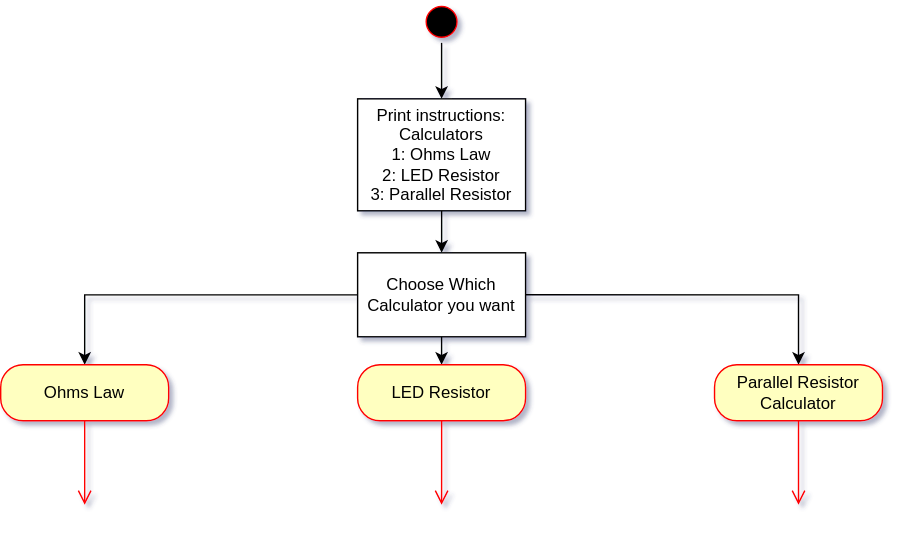
Earlier version of the draw.io export Code Folder/engineeringCalc.drawio.svg (JFinnTeacher/PME-Coding-with-Syntax). Source tidied: cells renumbered, new cells last; positions are measured from the earlier drawing's top-left corner, leaving out a move shared by most shapes.
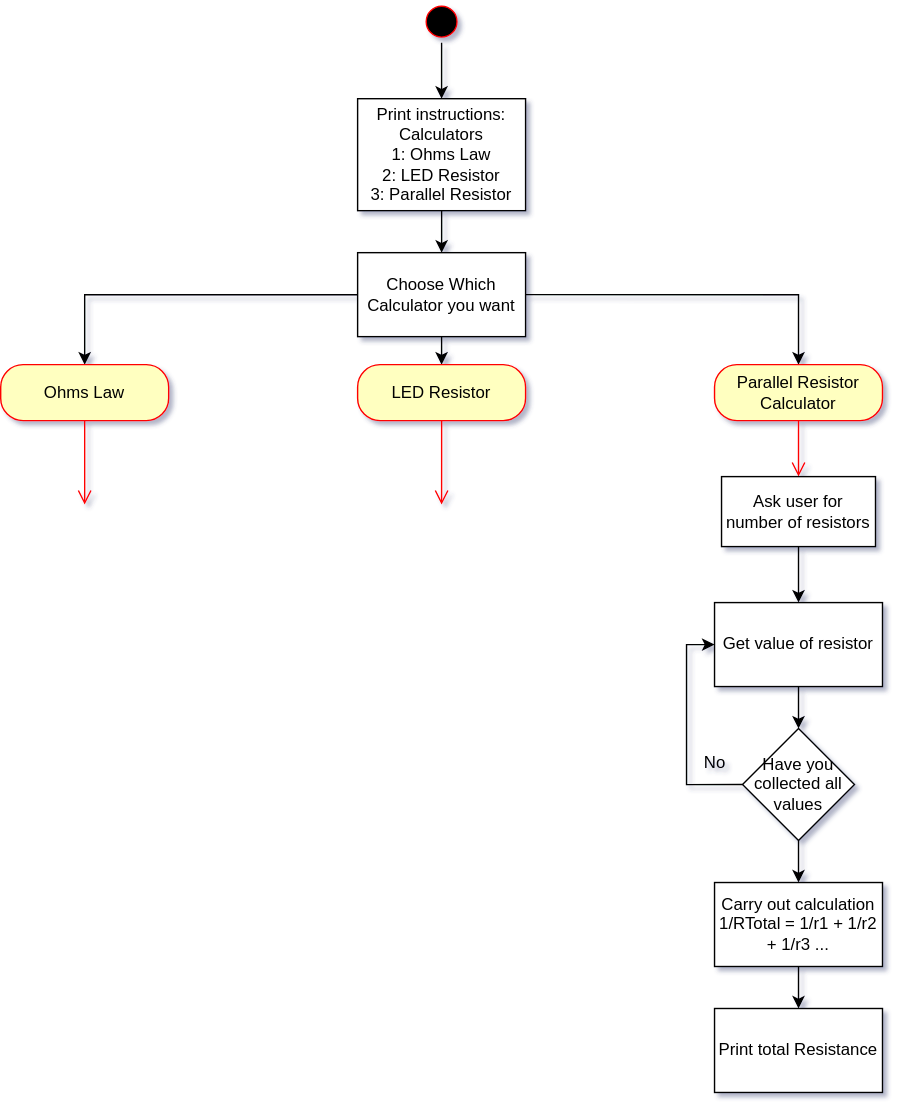
The same file after the commit.

What changed in the source:
```diff
@@ -45,10 +45,41 @@
     <mxCell id="14" value="Parallel Resistor Calculator" style="rounded=1;whiteSpace=wrap;html=1;arcSize=40;fontColor=#000000;fillColor=#ffffc0;strokeColor=#ff0000;" parent="1" vertex="1">
       <mxGeometry x="510" y="260" width="120" height="40" as="geometry" />
     </mxCell>
-    <mxCell id="15" style="edgeStyle=orthogonalEdgeStyle;html=1;verticalAlign=bottom;endArrow=open;endSize=8;strokeColor=#ff0000;rounded=0;" parent="1" edge="1" source="14">
-      <mxGeometry relative="1" as="geometry">
-        <mxPoint x="570" y="360" as="targetPoint" />
-      </mxGeometry>
+    <mxCell id="15" style="edgeStyle=orthogonalEdgeStyle;html=1;verticalAlign=bottom;endArrow=open;endSize=8;strokeColor=#ff0000;rounded=0;entryX=0.5;entryY=0;entryDx=0;entryDy=0;" parent="1" edge="1" source="14" target="17">
+      <mxGeometry relative="1" as="geometry" />
     </mxCell>
+    <mxCell id="16" style="edgeStyle=orthogonalEdgeStyle;rounded=0;jettySize=auto;html=1;" parent="1" edge="1" source="17" target="19">
+      <mxGeometry relative="1" as="geometry" />
+    </mxCell>
+    <mxCell id="17" value="Ask user for number of resistors" style="html=1;whiteSpace=wrap;" parent="1" vertex="1">
+      <mxGeometry x="515" y="340" width="110" height="50" as="geometry" />
+    </mxCell>
+    <mxCell id="18" style="edgeStyle=orthogonalEdgeStyle;rounded=0;jettySize=auto;html=1;" parent="1" edge="1" source="19" target="22">
+      <mxGeometry relative="1" as="geometry" />
+    </mxCell>
+    <mxCell id="19" value="Get value of resistor" style="whiteSpace=wrap;html=1;" parent="1" vertex="1">
+      <mxGeometry x="510" y="430" width="120" height="60" as="geometry" />
+    </mxCell>
+    <mxCell id="20" style="edgeStyle=orthogonalEdgeStyle;rounded=0;jettySize=auto;html=1;exitX=0;exitY=0.5;exitDx=0;exitDy=0;entryX=0;entryY=0.5;entryDx=0;entryDy=0;" parent="1" edge="1" source="22" target="19">
+      <mxGeometry relative="1" as="geometry" />
+    </mxCell>
+    <mxCell id="21" style="edgeStyle=orthogonalEdgeStyle;rounded=0;jettySize=auto;html=1;" parent="1" edge="1" source="22" target="25">
+      <mxGeometry relative="1" as="geometry" />
+    </mxCell>
+    <mxCell id="22" value="Have you collected all values" style="rhombus;whiteSpace=wrap;html=1;" parent="1" vertex="1">
+      <mxGeometry x="530" y="520" width="80" height="80" as="geometry" />
+    </mxCell>
+    <mxCell id="23" value="No" style="text;html=1;align=center;verticalAlign=middle;strokeColor=none;fillColor=none;" parent="1" vertex="1">
+      <mxGeometry x="490" y="530" width="40" height="30" as="geometry" />
+    </mxCell>
+    <mxCell id="24" style="edgeStyle=orthogonalEdgeStyle;rounded=0;jettySize=auto;html=1;" parent="1" edge="1" source="25" target="26">
+      <mxGeometry relative="1" as="geometry" />
+    </mxCell>
+    <mxCell id="25" value="&lt;div&gt;Carry out calculation&lt;/div&gt;&lt;div&gt;1/RTotal = 1/r1 + 1/r2 + 1/r3 ...&lt;br&gt;&lt;/div&gt;" style="whiteSpace=wrap;html=1;" parent="1" vertex="1">
+      <mxGeometry x="510" y="630" width="120" height="60" as="geometry" />
+    </mxCell>
+    <mxCell id="26" value="Print total Resistance" style="whiteSpace=wrap;html=1;" parent="1" vertex="1">
+      <mxGeometry x="510" y="720" width="120" height="60" as="geometry" />
+    </mxCell>
   </root>
 </mxGraphModel>
```
